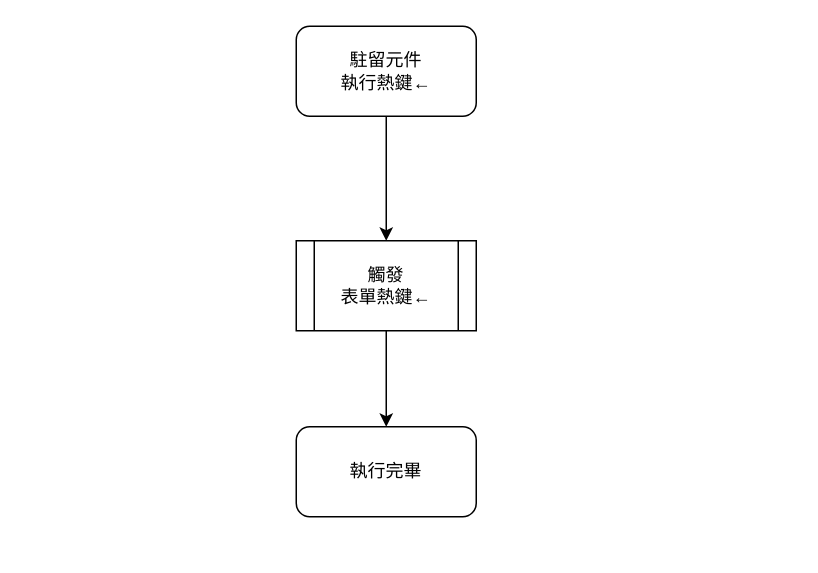
Above: page "熱鍵←" (11 of 14) of 8.10.0/RTE/SYSTEM/FORM/ctrl_dropListMultiCombo/diagram/不可輸入下拉複選元件.drawio in ArcareRD/sadocs (draw.io), before the change. Source tidied: cells renumbered, new cells numbered last; positions are measured from the earlier drawing's top-left corner, leaving out a move shared by most shapes. Both pictures are drawn from the tidied source at 150%, with x=0, y=0 at pixel (296, 26).
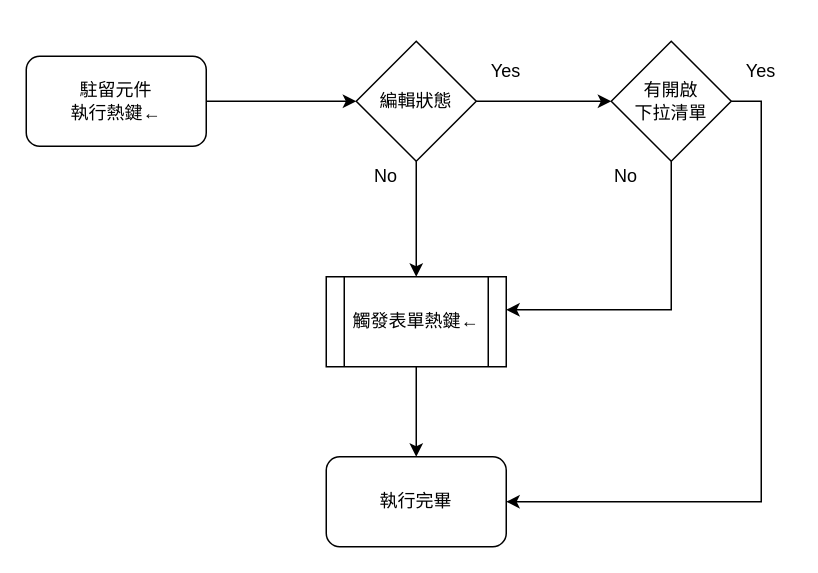
Above is the later version.

Change to the diagram source:
```diff
@@
 <mxGraphModel>
   <root>
     <mxCell id="0" />
     <mxCell id="1" parent="0" />
-    <mxCell id="2" style="edgeStyle=orthogonalEdgeStyle;rounded=0;jettySize=auto;html=1;" parent="1" edge="1" source="3" target="6">
-      <mxGeometry relative="1" as="geometry" />
-    </mxCell>
+    <mxCell id="7" style="edgeStyle=orthogonalEdgeStyle;rounded=0;jettySize=auto;html=1;" parent="1" edge="1" source="3" target="10">
+      <mxGeometry relative="1" as="geometry" />
+    </mxCell>
     <mxCell id="3" value="駐留元件&lt;br&gt;執行熱鍵←" style="rounded=1;whiteSpace=wrap;html=1;" parent="1" vertex="1">
-      <mxGeometry width="120" height="60" as="geometry" />
+      <mxGeometry x="-180" y="20" width="120" height="60" as="geometry" />
     </mxCell>
+    <mxCell id="8" style="edgeStyle=orthogonalEdgeStyle;rounded=0;jettySize=auto;html=1;" parent="1" edge="1" source="10" target="13">
+      <mxGeometry relative="1" as="geometry" />
+    </mxCell>
+    <mxCell id="9" style="edgeStyle=orthogonalEdgeStyle;rounded=0;jettySize=auto;html=1;" parent="1" edge="1" source="10" target="15">
+      <mxGeometry relative="1" as="geometry" />
+    </mxCell>
+    <mxCell id="10" value="編輯狀態" style="rhombus;whiteSpace=wrap;html=1;" parent="1" vertex="1">
+      <mxGeometry x="40" y="10" width="80" height="80" as="geometry" />
+    </mxCell>
+    <mxCell id="11" style="edgeStyle=orthogonalEdgeStyle;rounded=0;jettySize=auto;html=1;exitX=1;exitY=0.5;exitDx=0;exitDy=0;entryX=1;entryY=0.5;entryDx=0;entryDy=0;" parent="1" edge="1" source="13" target="4">
+      <mxGeometry relative="1" as="geometry" />
+    </mxCell>
+    <mxCell id="12" style="edgeStyle=orthogonalEdgeStyle;rounded=0;jettySize=auto;html=1;entryX=1;entryY=0.367;entryDx=0;entryDy=0;entryPerimeter=0;exitX=0.5;exitY=1;exitDx=0;exitDy=0;" parent="1" edge="1" source="13" target="15">
+      <mxGeometry relative="1" as="geometry" />
+    </mxCell>
+    <mxCell id="13" value="有開啟&lt;br&gt;下拉清單" style="rhombus;whiteSpace=wrap;html=1;" parent="1" vertex="1">
+      <mxGeometry x="210" y="10" width="80" height="80" as="geometry" />
+    </mxCell>
     <mxCell id="4" value="執行完畢" style="rounded=1;whiteSpace=wrap;html=1;" parent="1" vertex="1">
-      <mxGeometry y="267" width="120" height="60" as="geometry" />
+      <mxGeometry x="20" y="287" width="120" height="60" as="geometry" />
     </mxCell>
-    <mxCell id="5" style="edgeStyle=orthogonalEdgeStyle;rounded=0;jettySize=auto;html=1;" parent="1" edge="1" source="6" target="4">
-      <mxGeometry relative="1" as="geometry" />
-    </mxCell>
-    <mxCell id="6" value="觸發&lt;br&gt;表單熱鍵←" style="shape=process;whiteSpace=wrap;html=1;backgroundOutline=1;" parent="1" vertex="1">
-      <mxGeometry y="143" width="120" height="60" as="geometry" />
-    </mxCell>
+    <mxCell id="14" style="edgeStyle=orthogonalEdgeStyle;rounded=0;jettySize=auto;html=1;" parent="1" edge="1" source="15" target="4">
+      <mxGeometry relative="1" as="geometry" />
+    </mxCell>
+    <mxCell id="15" value="觸發表單熱鍵←" style="shape=process;whiteSpace=wrap;html=1;backgroundOutline=1;" parent="1" vertex="1">
+      <mxGeometry x="20" y="167" width="120" height="60" as="geometry" />
+    </mxCell>
+    <mxCell id="16" value="Yes" style="text;html=1;strokeColor=none;fillColor=none;align=center;verticalAlign=middle;whiteSpace=wrap;rounded=0;" parent="1" vertex="1">
+      <mxGeometry x="120" y="20" width="40" height="20" as="geometry" />
+    </mxCell>
+    <mxCell id="17" value="Yes" style="text;html=1;strokeColor=none;fillColor=none;align=center;verticalAlign=middle;whiteSpace=wrap;rounded=0;" parent="1" vertex="1">
+      <mxGeometry x="290" y="20" width="40" height="20" as="geometry" />
+    </mxCell>
+    <mxCell id="18" value="No" style="text;html=1;strokeColor=none;fillColor=none;align=center;verticalAlign=middle;whiteSpace=wrap;rounded=0;" parent="1" vertex="1">
+      <mxGeometry x="40" y="90" width="40" height="20" as="geometry" />
+    </mxCell>
+    <mxCell id="19" value="No" style="text;html=1;strokeColor=none;fillColor=none;align=center;verticalAlign=middle;whiteSpace=wrap;rounded=0;" parent="1" vertex="1">
+      <mxGeometry x="200" y="90" width="40" height="20" as="geometry" />
+    </mxCell>
   </root>
 </mxGraphModel>
```
